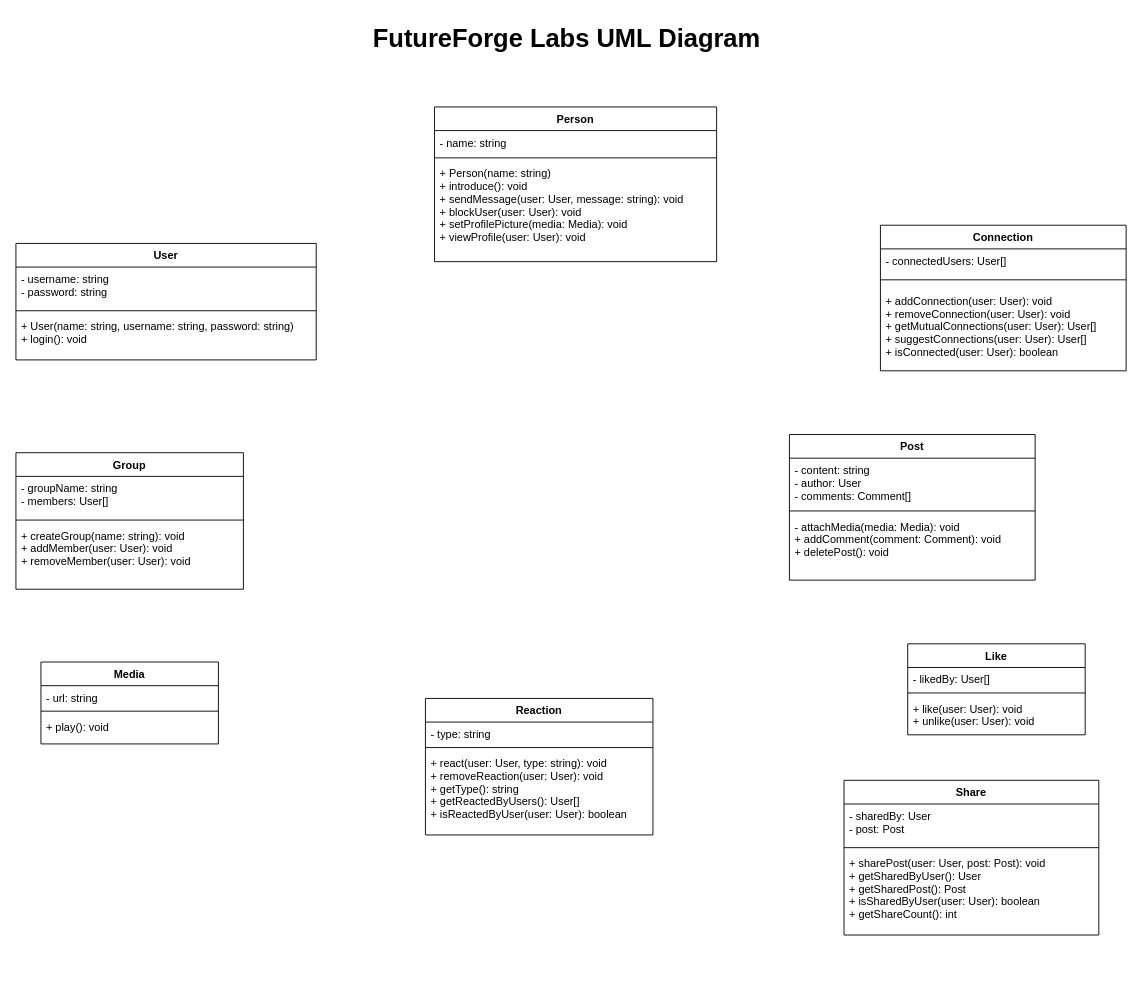
Earlier version of the draw.io diagram docs/futureforge/futureforgeuml.drawio (BlazerLabs/CSC-3105-22-23-Project-Repo). Source tidied: cells renumbered, new cells numbered last; positions are measured from the earlier drawing's top-left corner, leaving out a move shared by most shapes. Both pictures are drawn from the tidied source at 91%, with x=0, y=0 at pixel (15, 15).
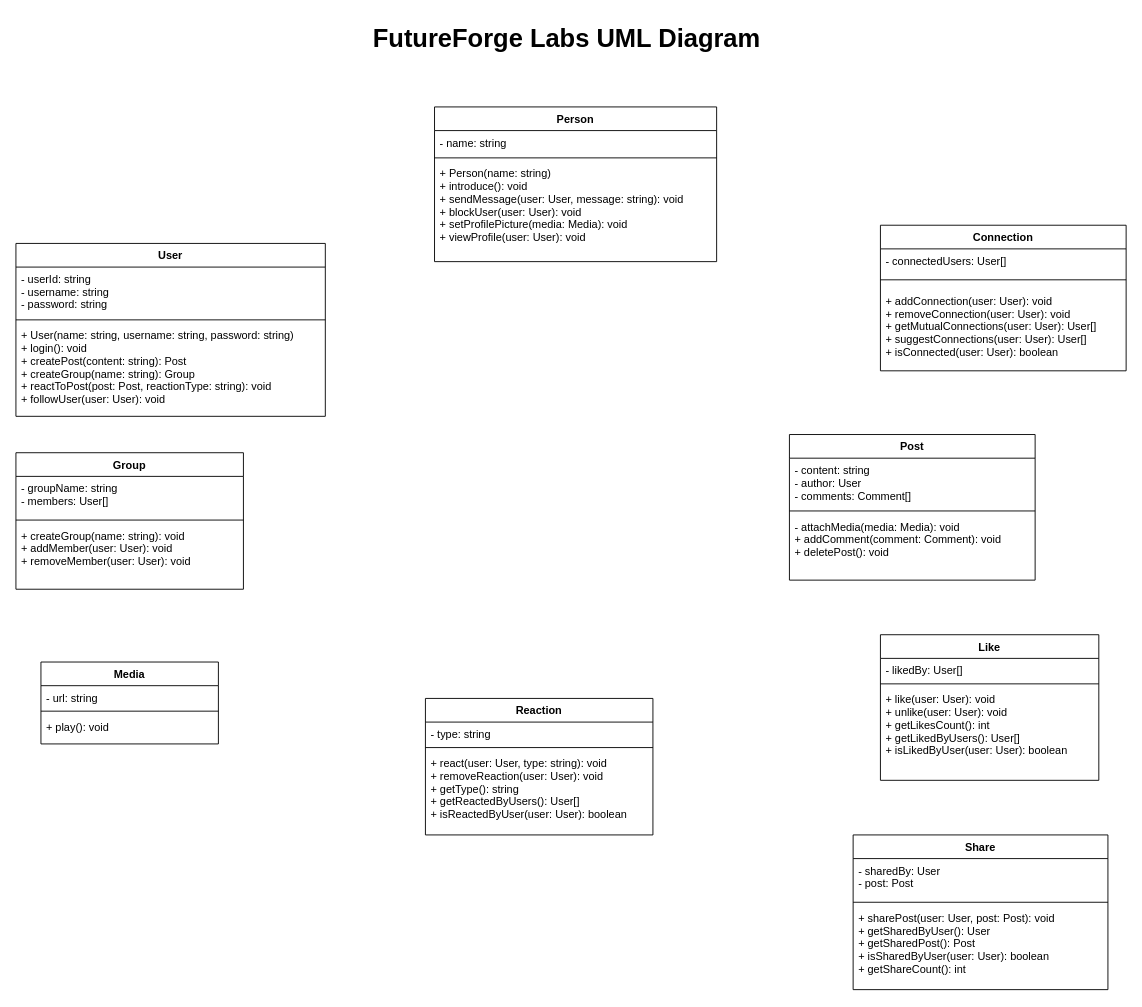
The same diagram, later.

Commit message:
Updated the User Entity

The edit, as a diff of the source:
```diff
@@
     <mxCell id="15" value="Share" style="swimlane;fontStyle=1;align=center;verticalAlign=top;horizontal=1;startSize=26;" parent="1" vertex="1">
-      <mxGeometry x="910" y="840" width="280" height="170" as="geometry" />
+      <mxGeometry x="920" y="900" width="280" height="170" as="geometry" />
     </mxCell>
@@
     <mxCell id="27" value="User" style="swimlane;fontStyle=1;align=center;verticalAlign=top;horizontal=1;startSize=26;" parent="1" vertex="1">
-      <mxGeometry y="250" width="330" height="128" as="geometry" />
+      <mxGeometry y="250" width="340" height="190" as="geometry" />
     </mxCell>
-    <mxCell id="28" value="- username: string&#10;- password: string" style="text;strokeColor=none;fillColor=none;align=left;verticalAlign=top;spacingLeft=4;spacingRight=4;overflow=hidden;" parent="27" vertex="1">
-      <mxGeometry y="26" width="330" height="44" as="geometry" />
+    <mxCell id="28" value=" - userId: string                                       &#10; - username: string                                     &#10; - password: string" style="text;strokeColor=none;fillColor=none;align=left;verticalAlign=top;spacingLeft=4;spacingRight=4;overflow=hidden;" parent="27" vertex="1">
+      <mxGeometry y="26" width="340" height="54" as="geometry" />
     </mxCell>
     <mxCell id="29" style="line;strokeWidth=1;fillColor=none;align=left;verticalAlign=middle;spacingTop=-1;spacingLeft=3;spacingRight=3;labelPosition=right;strokeColor=inherit;" parent="27" vertex="1">
-      <mxGeometry y="70" width="330" height="8" as="geometry" />
+      <mxGeometry y="80" width="340" height="8" as="geometry" />
     </mxCell>
-    <mxCell id="30" value="+ User(name: string, username: string, password: string)&#10;+ login(): void" style="text;strokeColor=none;fillColor=none;align=left;verticalAlign=top;spacingLeft=4;spacingRight=4;overflow=hidden;" parent="27" vertex="1">
-      <mxGeometry y="78" width="330" height="50" as="geometry" />
+    <mxCell id="30" value="+ User(name: string, username: string, password: string) &#10; + login(): void                                        &#10; + createPost(content: string): Post                   &#10; + createGroup(name: string): Group                    &#10; + reactToPost(post: Post, reactionType: string): void  &#10; + followUser(user: User): void      " style="text;strokeColor=none;fillColor=none;align=left;verticalAlign=top;spacingLeft=4;spacingRight=4;overflow=hidden;" parent="27" vertex="1">
+      <mxGeometry y="88" width="340" height="102" as="geometry" />
     </mxCell>
     <mxCell id="31" value="Like&#10;" style="swimlane;fontStyle=1;align=center;verticalAlign=top;horizontal=1;startSize=26;" parent="1" vertex="1">
-      <mxGeometry x="980" y="690" width="195" height="100" as="geometry" />
+      <mxGeometry x="950" y="680" width="240" height="160" as="geometry" />
     </mxCell>
     <mxCell id="32" value="- likedBy: User[]" style="text;strokeColor=none;fillColor=none;align=left;verticalAlign=top;spacingLeft=4;spacingRight=4;overflow=hidden;" parent="31" vertex="1">
-      <mxGeometry y="26" width="195" height="24" as="geometry" />
+      <mxGeometry y="26" width="240" height="24" as="geometry" />
     </mxCell>
     <mxCell id="33" style="line;strokeWidth=1;fillColor=none;align=left;verticalAlign=middle;spacingTop=-1;spacingLeft=3;spacingRight=3;labelPosition=right;strokeColor=inherit;" parent="31" vertex="1">
-      <mxGeometry y="50" width="195" height="8" as="geometry" />
+      <mxGeometry y="50" width="240" height="8" as="geometry" />
     </mxCell>
-    <mxCell id="34" value="+ like(user: User): void&#10;+ unlike(user: User): void" style="text;strokeColor=none;fillColor=none;align=left;verticalAlign=top;spacingLeft=4;spacingRight=4;overflow=hidden;" parent="31" vertex="1">
-      <mxGeometry y="58" width="195" height="42" as="geometry" />
+    <mxCell id="34" value="+ like(user: User): void                              &#10; + unlike(user: User): void                            &#10; + getLikesCount(): int                                &#10; + getLikedByUsers(): User[]                           &#10; + isLikedByUser(user: User): boolean" style="text;strokeColor=none;fillColor=none;align=left;verticalAlign=top;spacingLeft=4;spacingRight=4;overflow=hidden;" parent="31" vertex="1">
+      <mxGeometry y="58" width="240" height="102" as="geometry" />
     </mxCell>
```
